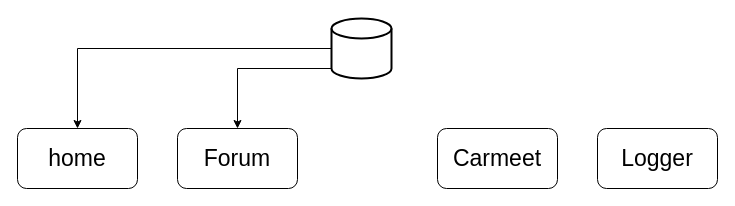
simsononroad/Drawio keeps this draw.io diagram as mch_db.drawio. Above is the earlier version. Source tidied: cells renumbered, new cells numbered last; positions are measured from the earlier drawing's top-left corner, leaving out a move shared by most shapes. Both pictures are drawn from the tidied source at 100%, with x=0, y=0 at pixel (17, 18).
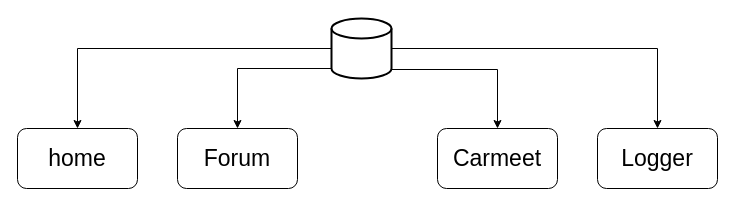
The same diagram, later.

Diff of the diagram source:
```diff
@@
 <mxGraphModel>
   <root>
     <mxCell id="0" />
     <mxCell id="1" parent="0" />
     <mxCell id="2" style="edgeStyle=orthogonalEdgeStyle;rounded=0;jettySize=auto;html=1;exitX=0;exitY=0.85;exitDx=0;exitDy=0;exitPerimeter=0;entryX=0.5;entryY=0;entryDx=0;entryDy=0;" parent="1" edge="1" source="4" target="5">
       <mxGeometry relative="1" as="geometry">
         <Array as="points">
           <mxPoint x="314" y="30" />
           <mxPoint x="60" y="30" />
         </Array>
       </mxGeometry>
     </mxCell>
     <mxCell id="3" style="edgeStyle=orthogonalEdgeStyle;rounded=0;jettySize=auto;html=1;exitX=0;exitY=0.85;exitDx=0;exitDy=0;exitPerimeter=0;" parent="1" edge="1" source="4" target="6">
       <mxGeometry relative="1" as="geometry">
         <Array as="points">
           <mxPoint x="314" y="50" />
           <mxPoint x="220" y="50" />
         </Array>
       </mxGeometry>
     </mxCell>
+    <mxCell id="9" style="edgeStyle=orthogonalEdgeStyle;rounded=0;jettySize=auto;html=1;exitX=1;exitY=0.5;exitDx=0;exitDy=0;exitPerimeter=0;entryX=0.5;entryY=0;entryDx=0;entryDy=0;" parent="1" edge="1" source="4" target="8">
+      <mxGeometry relative="1" as="geometry" />
+    </mxCell>
+    <mxCell id="10" style="edgeStyle=orthogonalEdgeStyle;rounded=0;jettySize=auto;html=1;exitX=1;exitY=0.85;exitDx=0;exitDy=0;exitPerimeter=0;entryX=0.5;entryY=0;entryDx=0;entryDy=0;" parent="1" edge="1" source="4" target="7">
+      <mxGeometry relative="1" as="geometry" />
+    </mxCell>
     <mxCell id="4" style="strokeWidth=2;html=1;shape=mxgraph.flowchart.database;whiteSpace=wrap;" parent="1" vertex="1">
       <mxGeometry x="314" width="60" height="60" as="geometry" />
     </mxCell>
     <mxCell id="5" value="&lt;font style=&quot;font-size: 23px;&quot;&gt;home&lt;/font&gt;" style="rounded=1;whiteSpace=wrap;html=1;" parent="1" vertex="1">
       <mxGeometry y="110" width="120" height="60" as="geometry" />
     </mxCell>
     <mxCell id="6" value="&lt;span style=&quot;font-size: 23px;&quot;&gt;Forum&lt;/span&gt;" style="rounded=1;whiteSpace=wrap;html=1;" parent="1" vertex="1">
       <mxGeometry x="160" y="110" width="120" height="60" as="geometry" />
     </mxCell>
     <mxCell id="7" value="&lt;font style=&quot;font-size: 23px;&quot;&gt;Carmeet&lt;/font&gt;" style="rounded=1;whiteSpace=wrap;html=1;" parent="1" vertex="1">
       <mxGeometry x="420" y="110" width="120" height="60" as="geometry" />
     </mxCell>
     <mxCell id="8" value="&lt;font style=&quot;font-size: 23px;&quot;&gt;Logger&lt;/font&gt;" style="rounded=1;whiteSpace=wrap;html=1;" parent="1" vertex="1">
       <mxGeometry x="580" y="110" width="120" height="60" as="geometry" />
     </mxCell>
   </root>
 </mxGraphModel>
```
